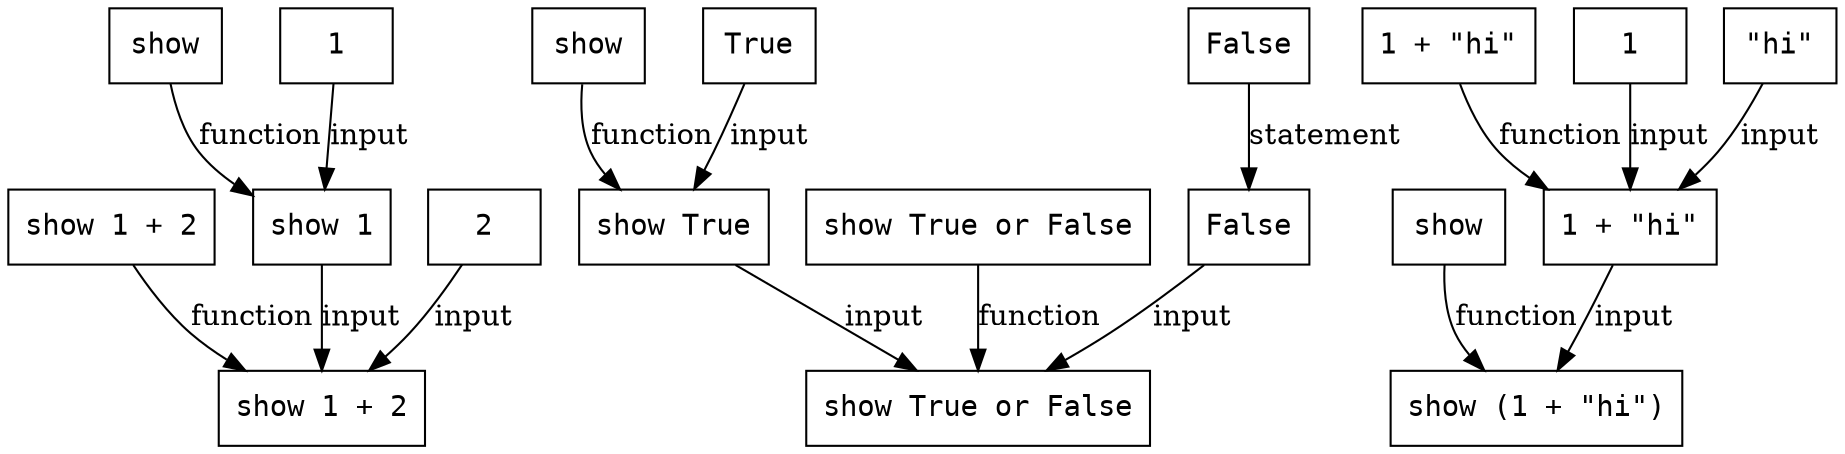
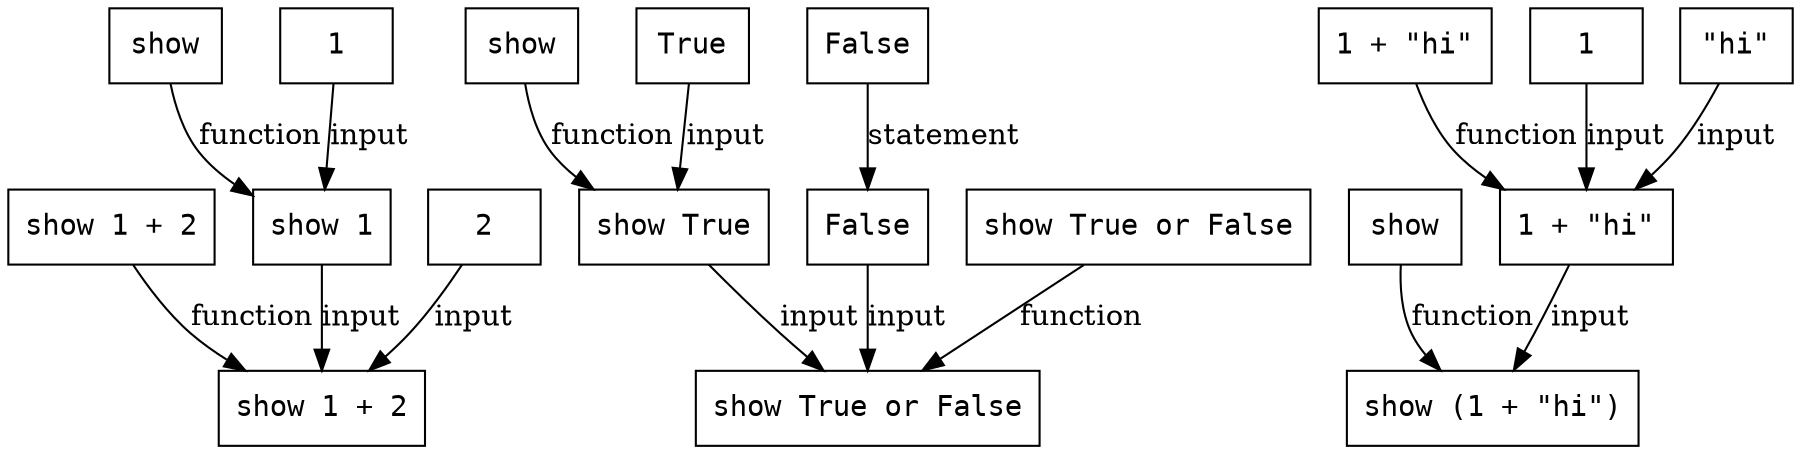
digraph G {
  node [shape=box, fontname=monospace]
  node_2_6 [label="show 1 + 2"]
  node_2_7 [label="show 1 + 2"]
  node_2_11 [label="show 1"]
  node_2_12 [label="show"]
  node_2_13 [label="1"]
  node_2_15 [label="2"]
  node_2_18 [label="show True or False"]
  node_2_20 [label="show True"]
  node_2_21 [label="False"]
-   node_2_22 [label="show True or False"]
-   node_2_26 [label="show"]
-   node_2_27 [label="True"]
-   node_2_28 [label="False"]
+   node_2_22 [label="False"]
+   node_2_23 [label="show True or False"]
+   node_2_27 [label="show"]
+   node_2_28 [label="True"]
  node_2_30 [label="show (1 + \"hi\")"]
  node_2_31 [label="show"]
  node_2_33 [label="1 + \"hi\""]
  node_2_34 [label="1 + \"hi\""]
  node_2_38 [label="1"]
  node_2_40 [label="\"hi\""]
  node_2_7 -> node_2_6 [label="function"]
  node_2_11 -> node_2_6 [label="input"]
  node_2_12 -> node_2_11 [label="function"]
  node_2_13 -> node_2_11 [label="input"]
  node_2_15 -> node_2_6 [label="input"]
  node_2_20 -> node_2_18 [label="input"]
-   node_2_21 -> node_2_28 [label="statement"]
-   node_2_22 -> node_2_18 [label="function"]
-   node_2_26 -> node_2_20 [label="function"]
-   node_2_27 -> node_2_20 [label="input"]
-   node_2_28 -> node_2_18 [label="input"]
+   node_2_21 -> node_2_22 [label="statement"]
+   node_2_22 -> node_2_18 [label="input"]
+   node_2_23 -> node_2_18 [label="function"]
+   node_2_27 -> node_2_20 [label="function"]
+   node_2_28 -> node_2_20 [label="input"]
  node_2_31 -> node_2_30 [label="function"]
  node_2_33 -> node_2_30 [label="input"]
  node_2_34 -> node_2_33 [label="function"]
  node_2_38 -> node_2_33 [label="input"]
  node_2_40 -> node_2_33 [label="input"]
}
